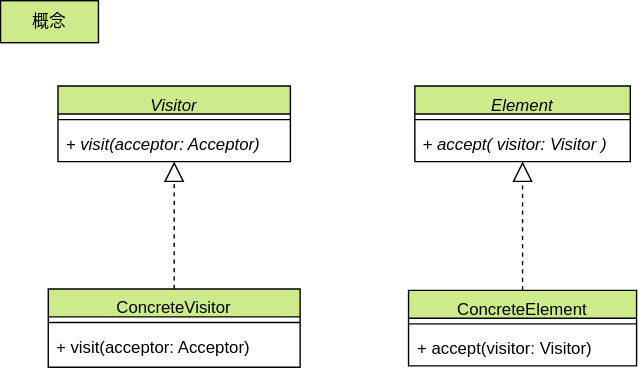
Earlier version of the draw.io export drawio/visitor/visitor-concept.drawio.svg (go-to-k/cdk-gof-design-pattern). Source tidied: cells renumbered, new cells last; positions are measured from the earlier drawing's top-left corner, leaving out a move shared by most shapes.
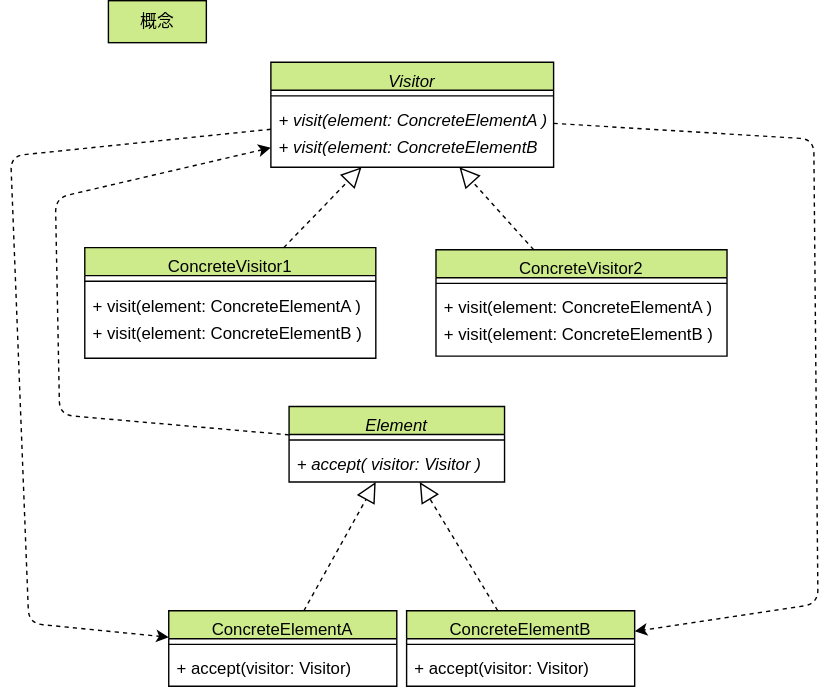
The same file after the commit.

Commit message:
change visitor concept diagrams

Diff of the diagram source:
```diff
@@ -2,32 +2,54 @@
   <root>
     <mxCell id="0" />
     <mxCell id="1" parent="0" />
+    <mxCell id="17" style="edgeStyle=none;html=1;strokeColor=#000000;dashed=1;" parent="1" edge="1" source="2" target="22">
+      <mxGeometry relative="1" as="geometry">
+        <Array as="points">
+          <mxPoint x="504" y="99" />
+          <mxPoint x="507" y="431" />
+        </Array>
+      </mxGeometry>
+    </mxCell>
     <mxCell id="2" value="Visitor" style="swimlane;fontStyle=2;align=center;verticalAlign=top;horizontal=1;startSize=20;rounded=0;shadow=0;strokeWidth=1;fillColor=#cdeb8b;strokeColor=#000000;fontColor=#000000;" parent="1" vertex="1">
-      <mxGeometry x="40.9" y="61" width="166.1" height="54" as="geometry" />
+      <mxGeometry x="116" y="44" width="202.1" height="75" as="geometry" />
     </mxCell>
     <mxCell id="3" style="line;html=1;strokeWidth=1;align=left;verticalAlign=middle;spacingTop=-1;spacingLeft=3;spacingRight=3;labelPosition=right;fontColor=#000000;strokeColor=#000000;" parent="2" vertex="1">
-      <mxGeometry y="20" width="166.1" height="8" as="geometry" />
+      <mxGeometry y="20" width="202.1" height="8" as="geometry" />
     </mxCell>
-    <mxCell id="4" value="&lt;i&gt;+ visit(acceptor: Acceptor)&lt;/i&gt;" style="text;strokeColor=none;fillColor=none;align=left;verticalAlign=top;spacingLeft=4;spacingRight=4;overflow=hidden;whiteSpace=wrap;html=1;fontColor=#000000;" parent="2" vertex="1">
-      <mxGeometry y="28" width="166.1" height="19" as="geometry" />
-    </mxCell>
+    <mxCell id="18" value="&lt;i&gt;+ visit(element:&amp;nbsp;&lt;span style=&quot;text-align: center;&quot;&gt;ConcreteElementA&lt;/span&gt;)&lt;/i&gt;" style="text;strokeColor=none;fillColor=none;align=left;verticalAlign=top;spacingLeft=4;spacingRight=4;overflow=hidden;whiteSpace=wrap;html=1;fontColor=#000000;" parent="2" vertex="1">
+      <mxGeometry y="28" width="202.1" height="19" as="geometry" />
+    </mxCell>
+    <mxCell id="19" value="&lt;i&gt;+ visit(element:&amp;nbsp;&lt;span style=&quot;text-align: center;&quot;&gt;ConcreteElementB&lt;/span&gt;)&lt;/i&gt;" style="text;strokeColor=none;fillColor=none;align=left;verticalAlign=top;spacingLeft=4;spacingRight=4;overflow=hidden;whiteSpace=wrap;html=1;fontColor=#000000;" parent="2" vertex="1">
+      <mxGeometry y="47" width="202.1" height="19" as="geometry" />
+    </mxCell>
     <mxCell id="5" value="概念" style="rounded=0;whiteSpace=wrap;html=1;fillColor=#cdeb8b;strokeColor=#000000;fontColor=#000000;" parent="1" vertex="1">
       <mxGeometry x="-0.1" width="70" height="30" as="geometry" />
     </mxCell>
-    <mxCell id="6" value="ConcreteVisitor" style="swimlane;fontStyle=0;align=center;verticalAlign=top;horizontal=1;startSize=20;rounded=0;shadow=0;strokeWidth=1;fillColor=#cdeb8b;strokeColor=#000000;fontColor=#000000;" parent="1" vertex="1">
-      <mxGeometry x="34" y="206" width="180" height="56" as="geometry" />
+    <mxCell id="6" value="ConcreteVisitor1" style="swimlane;fontStyle=0;align=center;verticalAlign=top;horizontal=1;startSize=20;rounded=0;shadow=0;strokeWidth=1;fillColor=#cdeb8b;strokeColor=#000000;fontColor=#000000;" parent="1" vertex="1">
+      <mxGeometry x="-17" y="176.5" width="208" height="79" as="geometry" />
     </mxCell>
     <mxCell id="7" style="line;html=1;strokeWidth=1;align=left;verticalAlign=middle;spacingTop=-1;spacingLeft=3;spacingRight=3;labelPosition=right;fontColor=#000000;strokeColor=#000000;" parent="6" vertex="1">
-      <mxGeometry y="20" width="180" height="8" as="geometry" />
+      <mxGeometry y="20" width="208" height="8" as="geometry" />
     </mxCell>
-    <mxCell id="8" value="+ visit(acceptor: Acceptor)" style="text;strokeColor=none;fillColor=none;align=left;verticalAlign=top;spacingLeft=4;spacingRight=4;overflow=hidden;whiteSpace=wrap;html=1;fontColor=#000000;" parent="6" vertex="1">
-      <mxGeometry y="28" width="180" height="19" as="geometry" />
+    <mxCell id="8" value="+ visit(element:&amp;nbsp;&lt;span style=&quot;text-align: center;&quot;&gt;ConcreteElementA&lt;/span&gt;)" style="text;strokeColor=none;fillColor=none;align=left;verticalAlign=top;spacingLeft=4;spacingRight=4;overflow=hidden;whiteSpace=wrap;html=1;fontColor=#000000;" parent="6" vertex="1">
+      <mxGeometry y="28" width="208" height="19" as="geometry" />
     </mxCell>
+    <mxCell id="20" value="+ visit(element:&amp;nbsp;&lt;span style=&quot;text-align: center;&quot;&gt;ConcreteElementB&lt;/span&gt;)" style="text;strokeColor=none;fillColor=none;align=left;verticalAlign=top;spacingLeft=4;spacingRight=4;overflow=hidden;whiteSpace=wrap;html=1;fontColor=#000000;" parent="6" vertex="1">
+      <mxGeometry y="47" width="208" height="19" as="geometry" />
+    </mxCell>
     <mxCell id="9" style="endArrow=block;dashed=1;endFill=0;endSize=12;html=1;rounded=0;fontColor=#000000;strokeColor=#000000;labelBackgroundColor=none;" parent="1" edge="1" source="6" target="2">
       <mxGeometry relative="1" as="geometry" />
     </mxCell>
+    <mxCell id="21" style="edgeStyle=none;html=1;strokeColor=#000000;dashed=1;" parent="1" edge="1" source="10" target="2">
+      <mxGeometry relative="1" as="geometry">
+        <Array as="points">
+          <mxPoint x="-35" y="296" />
+          <mxPoint x="-38" y="141" />
+        </Array>
+      </mxGeometry>
+    </mxCell>
     <mxCell id="10" value="Element" style="swimlane;fontStyle=2;align=center;verticalAlign=top;horizontal=1;startSize=20;rounded=0;shadow=0;strokeWidth=1;fillColor=#cdeb8b;strokeColor=#000000;fontColor=#000000;" parent="1" vertex="1">
-      <mxGeometry x="296" y="61" width="154" height="54" as="geometry" />
+      <mxGeometry x="129" y="290" width="154" height="54" as="geometry" />
     </mxCell>
     <mxCell id="11" style="line;html=1;strokeWidth=1;align=left;verticalAlign=middle;spacingTop=-1;spacingLeft=3;spacingRight=3;labelPosition=right;fontColor=#000000;strokeColor=#000000;" parent="10" vertex="1">
       <mxGeometry y="20" width="154" height="8" as="geometry" />
@@ -35,8 +57,8 @@
     <mxCell id="12" value="&lt;i&gt;+ accept(&lt;/i&gt;&lt;i&gt;visitor: Visitor&lt;/i&gt;&lt;i&gt;)&lt;/i&gt;" style="text;strokeColor=none;fillColor=none;align=left;verticalAlign=top;spacingLeft=4;spacingRight=4;overflow=hidden;whiteSpace=wrap;html=1;fontColor=#000000;" parent="10" vertex="1">
       <mxGeometry y="28" width="154" height="19" as="geometry" />
     </mxCell>
-    <mxCell id="13" value="ConcreteElement" style="swimlane;fontStyle=0;align=center;verticalAlign=top;horizontal=1;startSize=20;rounded=0;shadow=0;strokeWidth=1;fillColor=#cdeb8b;strokeColor=#000000;fontColor=#000000;" parent="1" vertex="1">
-      <mxGeometry x="291.5" y="207" width="163" height="54" as="geometry" />
+    <mxCell id="13" value="ConcreteElementA" style="swimlane;fontStyle=0;align=center;verticalAlign=top;horizontal=1;startSize=20;rounded=0;shadow=0;strokeWidth=1;fillColor=#cdeb8b;strokeColor=#000000;fontColor=#000000;" parent="1" vertex="1">
+      <mxGeometry x="43" y="436" width="163" height="54" as="geometry" />
     </mxCell>
     <mxCell id="14" style="line;html=1;strokeWidth=1;align=left;verticalAlign=middle;spacingTop=-1;spacingLeft=3;spacingRight=3;labelPosition=right;fontColor=#000000;strokeColor=#000000;" parent="13" vertex="1">
       <mxGeometry y="20" width="163" height="8" as="geometry" />
@@ -47,5 +69,40 @@
     <mxCell id="16" style="endArrow=block;dashed=1;endFill=0;endSize=12;html=1;rounded=0;fontColor=#000000;strokeColor=#000000;labelBackgroundColor=none;" parent="1" edge="1" source="13" target="10">
       <mxGeometry relative="1" as="geometry" />
     </mxCell>
+    <mxCell id="22" value="ConcreteElementB" style="swimlane;fontStyle=0;align=center;verticalAlign=top;horizontal=1;startSize=20;rounded=0;shadow=0;strokeWidth=1;fillColor=#cdeb8b;strokeColor=#000000;fontColor=#000000;" parent="1" vertex="1">
+      <mxGeometry x="213" y="436" width="163" height="54" as="geometry" />
+    </mxCell>
+    <mxCell id="23" style="line;html=1;strokeWidth=1;align=left;verticalAlign=middle;spacingTop=-1;spacingLeft=3;spacingRight=3;labelPosition=right;fontColor=#000000;strokeColor=#000000;" parent="22" vertex="1">
+      <mxGeometry y="20" width="163" height="8" as="geometry" />
+    </mxCell>
+    <mxCell id="24" value="+ accept(visitor: Visitor)" style="text;strokeColor=none;fillColor=none;align=left;verticalAlign=top;spacingLeft=4;spacingRight=4;overflow=hidden;whiteSpace=wrap;html=1;fontColor=#000000;" parent="22" vertex="1">
+      <mxGeometry y="28" width="163" height="19" as="geometry" />
+    </mxCell>
+    <mxCell id="25" style="endArrow=block;dashed=1;endFill=0;endSize=12;html=1;rounded=0;fontColor=#000000;strokeColor=#000000;labelBackgroundColor=none;" parent="1" edge="1" source="22" target="10">
+      <mxGeometry relative="1" as="geometry" />
+    </mxCell>
+    <mxCell id="26" value="ConcreteVisitor2" style="swimlane;fontStyle=0;align=center;verticalAlign=top;horizontal=1;startSize=20;rounded=0;shadow=0;strokeWidth=1;fillColor=#cdeb8b;strokeColor=#000000;fontColor=#000000;" parent="1" vertex="1">
+      <mxGeometry x="234" y="178" width="208" height="76" as="geometry" />
+    </mxCell>
+    <mxCell id="27" style="line;html=1;strokeWidth=1;align=left;verticalAlign=middle;spacingTop=-1;spacingLeft=3;spacingRight=3;labelPosition=right;fontColor=#000000;strokeColor=#000000;" parent="26" vertex="1">
+      <mxGeometry y="20" width="208" height="8" as="geometry" />
+    </mxCell>
+    <mxCell id="28" value="+ visit(element:&amp;nbsp;&lt;span style=&quot;text-align: center;&quot;&gt;ConcreteElementA&lt;/span&gt;)" style="text;strokeColor=none;fillColor=none;align=left;verticalAlign=top;spacingLeft=4;spacingRight=4;overflow=hidden;whiteSpace=wrap;html=1;fontColor=#000000;" parent="26" vertex="1">
+      <mxGeometry y="28" width="208" height="19" as="geometry" />
+    </mxCell>
+    <mxCell id="29" value="+ visit(element:&amp;nbsp;&lt;span style=&quot;text-align: center;&quot;&gt;ConcreteElementB&lt;/span&gt;)" style="text;strokeColor=none;fillColor=none;align=left;verticalAlign=top;spacingLeft=4;spacingRight=4;overflow=hidden;whiteSpace=wrap;html=1;fontColor=#000000;" parent="26" vertex="1">
+      <mxGeometry y="47" width="208" height="19" as="geometry" />
+    </mxCell>
+    <mxCell id="30" style="endArrow=block;dashed=1;endFill=0;endSize=12;html=1;rounded=0;fontColor=#000000;strokeColor=#000000;labelBackgroundColor=none;" parent="1" edge="1" source="26" target="2">
+      <mxGeometry relative="1" as="geometry" />
+    </mxCell>
+    <mxCell id="31" style="edgeStyle=none;html=1;dashed=1;strokeColor=#000000;" parent="1" edge="1" source="2" target="13">
+      <mxGeometry relative="1" as="geometry">
+        <Array as="points">
+          <mxPoint x="-70" y="111" />
+          <mxPoint x="-57" y="445" />
+        </Array>
+      </mxGeometry>
+    </mxCell>
   </root>
 </mxGraphModel>
```
